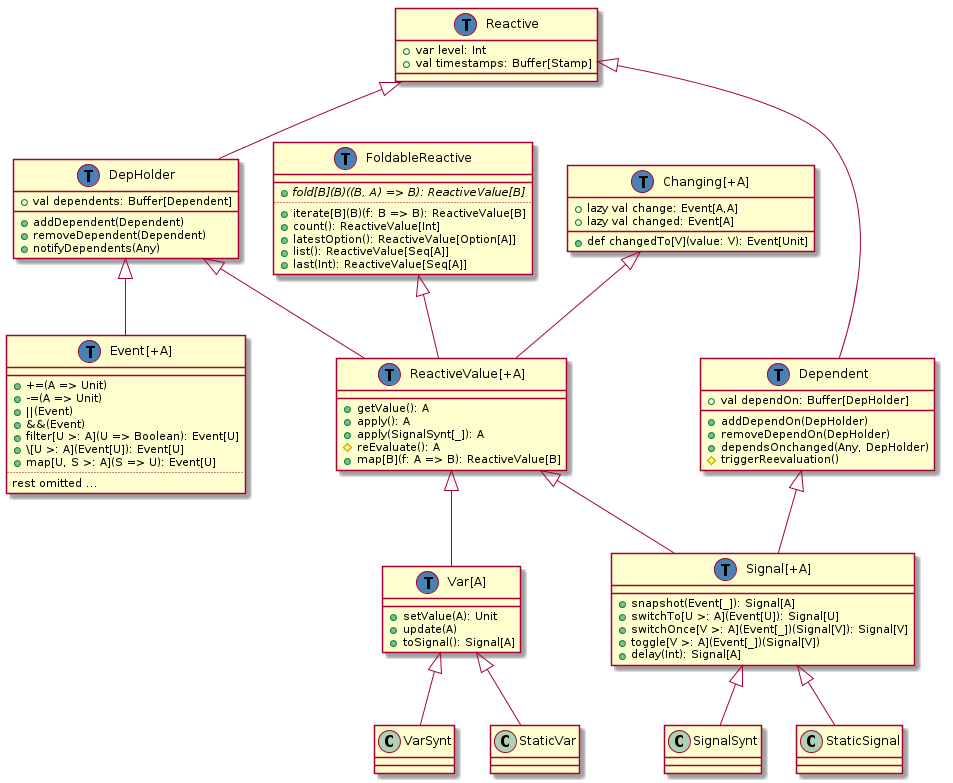
The PlantUML diagram doc/class-hierarchy/post-refactoring-may-14.png in rescala-lang/REScala, before a commit. Source of this version:
```plantuml
@startuml
class Reactive {
  +var level: Int
  +val timestamps: Buffer[Stamp]
}

class DepHolder {
  +val dependents: Buffer[Dependent]
  __
  +addDependent(Dependent)
  +removeDependent(Dependent)
  +notifyDependents(Any)
}
Reactive <|-- DepHolder

class Dependent {
  +val dependOn: Buffer[DepHolder]
  __
  +addDependOn(DepHolder)
  +removeDependOn(DepHolder)
  +dependsOnchanged(Any, DepHolder)
  #triggerReevaluation()
}
Reactive <|-- Dependent

class "ReactiveValue[+A]" as ReactiveValue {
  +getValue(): A
  +apply(): A
  +apply(SignalSynt[_]): A
  #reEvaluate(): A
  +map[B](f: A => B): ReactiveValue[B]
}
DepHolder <|-- ReactiveValue
FoldableReactive <|-- ReactiveValue

class "Var[A]" as Var {
  __
  +setValue(A): Unit
  +update(A)
  +toSignal(): Signal[A]
}
ReactiveValue <|-- Var

class "Signal[+A]" as Signal {
  __
  +snapshot(Event[_]): Signal[A]
  +switchTo[U >: A](Event[U]): Signal[U]
  +switchOnce[V >: A](Event[_])(Signal[V]): Signal[V]
  +toggle[V >: A](Event[_])(Signal[V])
  +delay(Int): Signal[A]
}
Dependent <|-- Signal
ReactiveValue <|-- Signal

class "Event[+A]" as Event {
  __
  ++=(A => Unit)
  +-=(A => Unit)
  +||(Event)
  +&&(Event)
  +filter[U >: A](U => Boolean): Event[U]
  +\\\[U >: A](Event[U]): Event[U]
  +map[U, S >: A](S => U): Event[U]
  ..
  rest omitted ...
}
DepHolder <|-- Event

class "FoldableReactive[+A]" as FoldableReactive {
  __
  + {abstract} fold[B](B)((B, A) => B): ReactiveValue[B]
  ..
  +iterate[B](B)(f: B => B): ReactiveValue[B]
  +count(): ReactiveValue[Int]
  +latestOption(): ReactiveValue[Option[A]]
  +list(): ReactiveValue[Seq[A]]
  +last(Int): ReactiveValue[Seq[A]]
}

class "Changing[+A]" as Changing {
  +lazy val change: Event[A,A]
  +lazy val changed: Event[A]
  __
  +def changedTo[V](value: V): Event[Unit]
}
Changing <|-- ReactiveValue

Signal <|-- SignalSynt
Signal <|-- StaticSignal
Var <|-- VarSynt
Var <|-- StaticVar

class Signal << (T,#4682b4) >>
class Var << (T,#4682b4) >>
class DepHolder << (T,#4682b4) >>
class Dependent << (T,#4682b4) >>
class Reactive << (T,#4682b4) >>
class Event << (T,#4682b4) >>
class ReactiveValue << (T,#4682b4) >>
class Changing << (T,#4682b4) >>
class FoldableReactive << (T,#4682b4) >>
@enduml
```
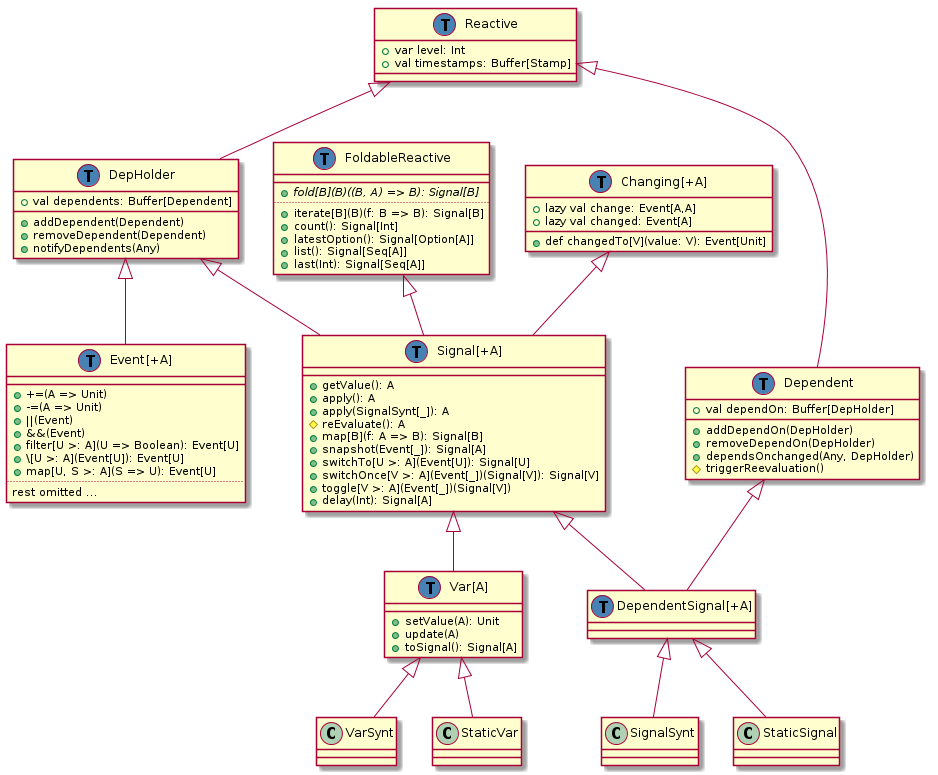
The same diagram one commit later.

Commit message:
Rename ReactiveValue to Signal, Signal to DependentSignal

Change to the diagram source:
```diff
@@ -23,15 +23,20 @@
 }
 Reactive <|-- Dependent
 
-class "ReactiveValue[+A]" as ReactiveValue {
+class "Signal[+A]" as Signal {
   +getValue(): A
   +apply(): A
   +apply(SignalSynt[_]): A
   #reEvaluate(): A
-  +map[B](f: A => B): ReactiveValue[B]
+  +map[B](f: A => B): Signal[B]
+  +snapshot(Event[_]): Signal[A]
+  +switchTo[U >: A](Event[U]): Signal[U]
+  +switchOnce[V >: A](Event[_])(Signal[V]): Signal[V]
+  +toggle[V >: A](Event[_])(Signal[V])
+  +delay(Int): Signal[A]
 }
-DepHolder <|-- ReactiveValue
-FoldableReactive <|-- ReactiveValue
+DepHolder <|-- Signal
+FoldableReactive <|-- Signal
 
 class "Var[A]" as Var {
   __
@@ -39,18 +44,11 @@
   +update(A)
   +toSignal(): Signal[A]
 }
-ReactiveValue <|-- Var
+Signal <|-- Var
 
-class "Signal[+A]" as Signal {
-  __
-  +snapshot(Event[_]): Signal[A]
-  +switchTo[U >: A](Event[U]): Signal[U]
-  +switchOnce[V >: A](Event[_])(Signal[V]): Signal[V]
-  +toggle[V >: A](Event[_])(Signal[V])
-  +delay(Int): Signal[A]
-}
-Dependent <|-- Signal
-ReactiveValue <|-- Signal
+class "DependentSignal[+A]" as DependentSignal
+Dependent <|-- DependentSignal
+Signal <|-- DependentSignal
 
 class "Event[+A]" as Event {
   __
@@ -68,13 +66,13 @@
 
 class "FoldableReactive[+A]" as FoldableReactive {
   __
-  + {abstract} fold[B](B)((B, A) => B): ReactiveValue[B]
+  + {abstract} fold[B](B)((B, A) => B): Signal[B]
   ..
-  +iterate[B](B)(f: B => B): ReactiveValue[B]
-  +count(): ReactiveValue[Int]
-  +latestOption(): ReactiveValue[Option[A]]
-  +list(): ReactiveValue[Seq[A]]
-  +last(Int): ReactiveValue[Seq[A]]
+  +iterate[B](B)(f: B => B): Signal[B]
+  +count(): Signal[Int]
+  +latestOption(): Signal[Option[A]]
+  +list(): Signal[Seq[A]]
+  +last(Int): Signal[Seq[A]]
 }
 
 class "Changing[+A]" as Changing {
@@ -83,10 +81,10 @@
   __
   +def changedTo[V](value: V): Event[Unit]
 }
-Changing <|-- ReactiveValue
+Changing <|-- Signal
 
-Signal <|-- SignalSynt
-Signal <|-- StaticSignal
+DependentSignal <|-- SignalSynt
+DependentSignal <|-- StaticSignal
 Var <|-- VarSynt
 Var <|-- StaticVar
 
@@ -96,7 +94,7 @@
 class Dependent << (T,#4682b4) >>
 class Reactive << (T,#4682b4) >>
 class Event << (T,#4682b4) >>
-class ReactiveValue << (T,#4682b4) >>
+class DependentSignal << (T,#4682b4) >>
 class Changing << (T,#4682b4) >>
 class FoldableReactive << (T,#4682b4) >>
 @enduml
```
